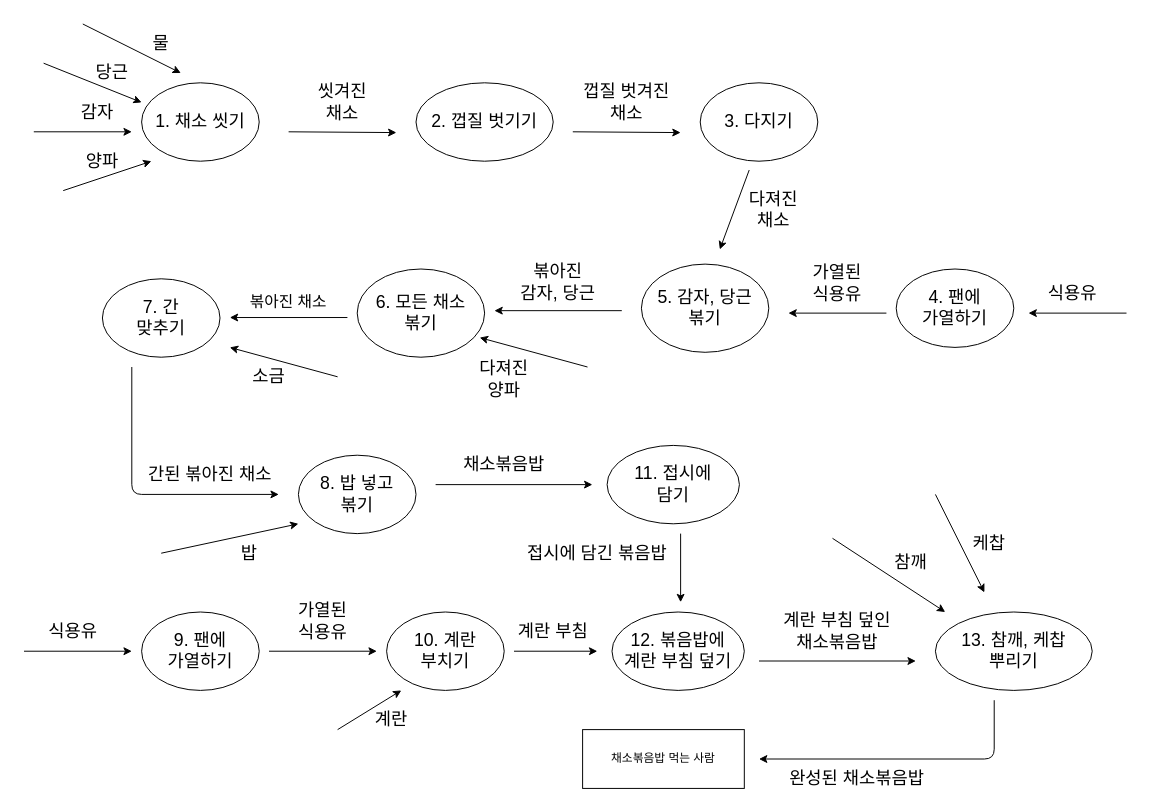
This is Untitled Diagram.drawio from jgy2808/Algorithm, a draw.io file, before an edit. Source tidied: cells renumbered, new cells numbered last; positions are measured from the earlier drawing's top-left corner, leaving out a move shared by most shapes. Both pictures are drawn from the tidied source at 98%, with x=0, y=0 at pixel (24, 24).
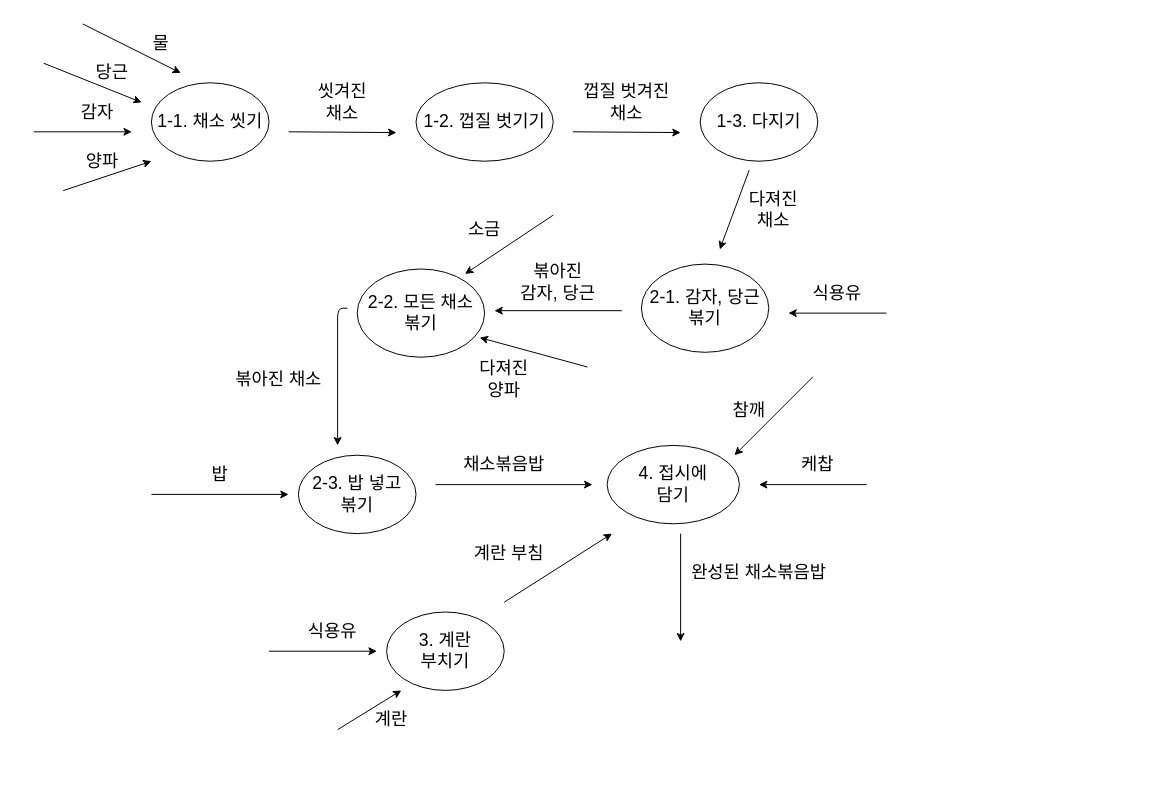
Above is the later version.

The edit, as a diff of the source:
```diff
@@
-    <mxCell id="2" value="&lt;font style=&quot;font-size: 18px&quot;&gt;1. 채소 씻기&lt;/font&gt;" style="ellipse;whiteSpace=wrap;html=1;" parent="1" vertex="1">
-      <mxGeometry x="120" y="60" width="120" height="80" as="geometry" />
+    <mxCell id="2" value="&lt;font style=&quot;font-size: 18px&quot;&gt;1-1. 채소 씻기&lt;/font&gt;" style="ellipse;whiteSpace=wrap;html=1;" parent="1" vertex="1">
+      <mxGeometry x="130" y="60" width="120" height="80" as="geometry" />
     </mxCell>
@@
-    <mxCell id="9" value="&lt;font style=&quot;font-size: 18px&quot;&gt;2. 껍질 벗기기&lt;br&gt;&lt;/font&gt;" style="ellipse;whiteSpace=wrap;html=1;" parent="1" vertex="1">
+    <mxCell id="9" value="&lt;font style=&quot;font-size: 18px&quot;&gt;1-2. 껍질 벗기기&lt;br&gt;&lt;/font&gt;" style="ellipse;whiteSpace=wrap;html=1;" parent="1" vertex="1">
       <mxGeometry x="400" y="60" width="140" height="80" as="geometry" />
     </mxCell>
@@
-    <mxCell id="11" value="&lt;font style=&quot;font-size: 18px&quot;&gt;3. 다지기&lt;br&gt;&lt;/font&gt;" style="ellipse;whiteSpace=wrap;html=1;" parent="1" vertex="1">
+    <mxCell id="11" value="&lt;font style=&quot;font-size: 18px&quot;&gt;1-3. 다지기&lt;br&gt;&lt;/font&gt;" style="ellipse;whiteSpace=wrap;html=1;" parent="1" vertex="1">
       <mxGeometry x="690" y="60" width="120" height="80" as="geometry" />
     </mxCell>
@@
-    <mxCell id="14" value="&lt;font style=&quot;font-size: 18px&quot;&gt;4. 팬에&lt;br&gt;가열하기&lt;br&gt;&lt;/font&gt;" style="ellipse;whiteSpace=wrap;html=1;" parent="1" vertex="1">
-      <mxGeometry x="890" y="250" width="120" height="80" as="geometry" />
-    </mxCell>
@@
-    <mxCell id="16" style="endArrow=classic;html=1;" parent="1" edge="1">
-      <mxGeometry relative="1" as="geometry">
-        <mxPoint x="1125" y="295" as="sourcePoint" />
-        <mxPoint x="1025" y="295" as="targetPoint" />
-      </mxGeometry>
-    </mxCell>
-    <mxCell id="17" value="&lt;font style=&quot;font-size: 18px&quot;&gt;식용유&lt;br&gt;&lt;/font&gt;" style="text;html=1;strokeColor=none;fillColor=none;align=center;verticalAlign=middle;whiteSpace=wrap;rounded=0;" parent="1" vertex="1">
-      <mxGeometry x="1025" y="265" width="90" height="20" as="geometry" />
-    </mxCell>
-    <mxCell id="18" value="&lt;font style=&quot;font-size: 18px&quot;&gt;7. 간&lt;br&gt;맞추기&lt;br&gt;&lt;/font&gt;" style="ellipse;whiteSpace=wrap;html=1;" parent="1" vertex="1">
-      <mxGeometry x="80" y="260" width="120" height="80" as="geometry" />
-    </mxCell>
     <mxCell id="19" style="endArrow=classic;html=1;" parent="1" edge="1">
       <mxGeometry relative="1" as="geometry">
-        <mxPoint x="320" y="360" as="sourcePoint" />
-        <mxPoint x="210" y="330" as="targetPoint" />
+        <mxPoint x="540" y="195" as="sourcePoint" />
+        <mxPoint x="450" y="255" as="targetPoint" />
       </mxGeometry>
     </mxCell>
     <mxCell id="20" value="&lt;font style=&quot;font-size: 18px&quot;&gt;소금&lt;br&gt;&lt;/font&gt;" style="text;html=1;strokeColor=none;fillColor=none;align=center;verticalAlign=middle;whiteSpace=wrap;rounded=0;" parent="1" vertex="1">
-      <mxGeometry x="230" y="350" width="40" height="20" as="geometry" />
+      <mxGeometry x="450" y="200" width="40" height="20" as="geometry" />
     </mxCell>
@@
-    <mxCell id="22" value="&lt;font style=&quot;font-size: 18px&quot;&gt;가열된&lt;br&gt;식용유&lt;br&gt;&lt;/font&gt;" style="text;html=1;strokeColor=none;fillColor=none;align=center;verticalAlign=middle;whiteSpace=wrap;rounded=0;" parent="1" vertex="1">
-      <mxGeometry x="785" y="255" width="90" height="20" as="geometry" />
+    <mxCell id="22" value="&lt;font style=&quot;font-size: 18px&quot;&gt;식용유&lt;br&gt;&lt;/font&gt;" style="text;html=1;strokeColor=none;fillColor=none;align=center;verticalAlign=middle;whiteSpace=wrap;rounded=0;" parent="1" vertex="1">
+      <mxGeometry x="785" y="265" width="90" height="20" as="geometry" />
     </mxCell>
-    <mxCell id="23" value="&lt;font style=&quot;font-size: 18px&quot;&gt;5. 감자, 당근&lt;br&gt;볶기&lt;br&gt;&lt;/font&gt;" style="ellipse;whiteSpace=wrap;html=1;" parent="1" vertex="1">
+    <mxCell id="23" value="&lt;font style=&quot;font-size: 18px&quot;&gt;2-1. 감자, 당근&lt;br&gt;볶기&lt;br&gt;&lt;/font&gt;" style="ellipse;whiteSpace=wrap;html=1;" parent="1" vertex="1">
       <mxGeometry x="630" y="245" width="130" height="90" as="geometry" />
     </mxCell>
@@
-    <mxCell id="26" value="&lt;font style=&quot;font-size: 18px&quot;&gt;6. 모든 채소&lt;br&gt;볶기&lt;br&gt;&lt;/font&gt;" style="ellipse;whiteSpace=wrap;html=1;" parent="1" vertex="1">
+    <mxCell id="26" value="&lt;font style=&quot;font-size: 18px&quot;&gt;2-2. 모든 채소&lt;br&gt;볶기&lt;br&gt;&lt;/font&gt;" style="ellipse;whiteSpace=wrap;html=1;" parent="1" vertex="1">
       <mxGeometry x="340" y="250" width="130" height="90" as="geometry" />
     </mxCell>
@@
-    <mxCell id="29" style="endArrow=classic;html=1;" parent="1" edge="1">
-      <mxGeometry relative="1" as="geometry">
-        <mxPoint x="330" y="299.5" as="sourcePoint" />
-        <mxPoint x="210" y="299.5" as="targetPoint" />
-      </mxGeometry>
-    </mxCell>
-    <mxCell id="30" value="&lt;font size=&quot;3&quot;&gt;볶아진 채소&lt;br&gt;&lt;/font&gt;" style="text;html=1;strokeColor=none;fillColor=none;align=center;verticalAlign=middle;whiteSpace=wrap;rounded=0;" parent="1" vertex="1">
-      <mxGeometry x="210" y="255" width="120" height="55" as="geometry" />
-    </mxCell>
     <mxCell id="31" style="endArrow=classic;html=1;" parent="1" edge="1">
       <mxGeometry relative="1" as="geometry">
-        <mxPoint x="110" y="350" as="sourcePoint" />
-        <mxPoint x="260" y="480" as="targetPoint" />
+        <mxPoint x="330" y="290" as="sourcePoint" />
+        <mxPoint x="320" y="430" as="targetPoint" />
         <Array as="points">
-          <mxPoint x="110" y="480" />
+          <mxPoint x="320" y="290" />
         </Array>
       </mxGeometry>
     </mxCell>
-    <mxCell id="32" value="&lt;font style=&quot;font-size: 18px&quot;&gt;간된 볶아진 채소&lt;br&gt;&lt;/font&gt;" style="text;html=1;strokeColor=none;fillColor=none;align=center;verticalAlign=middle;whiteSpace=wrap;rounded=0;" parent="1" vertex="1">
-      <mxGeometry x="70" y="450" width="240" height="20" as="geometry" />
+    <mxCell id="32" value="&lt;font style=&quot;font-size: 18px&quot;&gt;볶아진 채소&lt;br&gt;&lt;/font&gt;" style="text;html=1;strokeColor=none;fillColor=none;align=center;verticalAlign=middle;whiteSpace=wrap;rounded=0;" parent="1" vertex="1">
+      <mxGeometry x="200" y="352.5" width="120" height="20" as="geometry" />
     </mxCell>
-    <mxCell id="33" value="&lt;font style=&quot;font-size: 18px&quot;&gt;8. 밥 넣고&lt;br&gt;볶기&lt;br&gt;&lt;/font&gt;" style="ellipse;whiteSpace=wrap;html=1;" parent="1" vertex="1">
+    <mxCell id="33" value="&lt;font style=&quot;font-size: 18px&quot;&gt;2-3. 밥 넣고&lt;br&gt;볶기&lt;br&gt;&lt;/font&gt;" style="ellipse;whiteSpace=wrap;html=1;" parent="1" vertex="1">
       <mxGeometry x="280" y="440" width="120" height="80" as="geometry" />
     </mxCell>
     <mxCell id="34" style="endArrow=classic;html=1;" parent="1" edge="1">
       <mxGeometry relative="1" as="geometry">
-        <mxPoint x="140" y="540" as="sourcePoint" />
-        <mxPoint x="280" y="510" as="targetPoint" />
+        <mxPoint x="130" y="480" as="sourcePoint" />
+        <mxPoint x="270" y="480" as="targetPoint" />
       </mxGeometry>
     </mxCell>
     <mxCell id="35" value="&lt;font style=&quot;font-size: 18px&quot;&gt;밥&lt;br&gt;&lt;/font&gt;" style="text;html=1;strokeColor=none;fillColor=none;align=center;verticalAlign=middle;whiteSpace=wrap;rounded=0;" parent="1" vertex="1">
-      <mxGeometry x="210" y="530" width="40" height="20" as="geometry" />
+      <mxGeometry x="180" y="450" width="40" height="20" as="geometry" />
     </mxCell>
@@
-    <mxCell id="38" value="&lt;font style=&quot;font-size: 18px&quot;&gt;10. 계란&lt;br&gt;부치기&lt;br&gt;&lt;/font&gt;" style="ellipse;whiteSpace=wrap;html=1;" parent="1" vertex="1">
+    <mxCell id="38" value="&lt;font style=&quot;font-size: 18px&quot;&gt;3. 계란&lt;br&gt;부치기&lt;br&gt;&lt;/font&gt;" style="ellipse;whiteSpace=wrap;html=1;" parent="1" vertex="1">
       <mxGeometry x="370" y="600" width="120" height="80" as="geometry" />
     </mxCell>
@@
-    <mxCell id="40" value="&lt;font style=&quot;font-size: 18px&quot;&gt;가열된&lt;br&gt;식용유&lt;br&gt;&lt;/font&gt;" style="text;html=1;strokeColor=none;fillColor=none;align=center;verticalAlign=middle;whiteSpace=wrap;rounded=0;" parent="1" vertex="1">
-      <mxGeometry x="260" y="600" width="90" height="20" as="geometry" />
-    </mxCell>
@@
-    <mxCell id="43" value="&lt;span style=&quot;font-size: 18px&quot;&gt;11. 접시에 &lt;br&gt;담기&lt;/span&gt;" style="ellipse;whiteSpace=wrap;html=1;" parent="1" vertex="1">
+    <mxCell id="43" value="&lt;span style=&quot;font-size: 18px&quot;&gt;4. 접시에 &lt;br&gt;담기&lt;/span&gt;" style="ellipse;whiteSpace=wrap;html=1;" parent="1" vertex="1">
       <mxGeometry x="595" y="430" width="135" height="80" as="geometry" />
     </mxCell>
     <mxCell id="44" style="endArrow=classic;html=1;" parent="1" edge="1">
       <mxGeometry relative="1" as="geometry">
-        <mxPoint x="500" y="640" as="sourcePoint" />
-        <mxPoint x="585" y="640" as="targetPoint" />
+        <mxPoint x="490" y="590" as="sourcePoint" />
+        <mxPoint x="600" y="520" as="targetPoint" />
       </mxGeometry>
     </mxCell>
     <mxCell id="45" value="&lt;span style=&quot;font-size: 18px&quot;&gt;계란 부침&lt;br&gt;&lt;/span&gt;" style="text;html=1;strokeColor=none;fillColor=none;align=center;verticalAlign=middle;whiteSpace=wrap;rounded=0;" parent="1" vertex="1">
-      <mxGeometry x="495" y="610" width="90" height="20" as="geometry" />
+      <mxGeometry x="450" y="530" width="90" height="20" as="geometry" />
     </mxCell>
     <mxCell id="46" style="endArrow=classic;html=1;" parent="1" edge="1">
       <mxGeometry relative="1" as="geometry">
-        <mxPoint x="825" y="524.8" as="sourcePoint" />
-        <mxPoint x="940" y="600" as="targetPoint" />
+        <mxPoint x="860" y="470" as="sourcePoint" />
+        <mxPoint x="750" y="470" as="targetPoint" />
       </mxGeometry>
     </mxCell>
     <mxCell id="47" value="&lt;font style=&quot;font-size: 18px&quot;&gt;참깨&lt;br&gt;&lt;/font&gt;" style="text;html=1;strokeColor=none;fillColor=none;align=center;verticalAlign=middle;whiteSpace=wrap;rounded=0;" parent="1" vertex="1">
-      <mxGeometry x="810" y="540" width="190" height="20" as="geometry" />
+      <mxGeometry x="710" y="384" width="60" height="20" as="geometry" />
     </mxCell>
     <mxCell id="48" style="endArrow=classic;html=1;" parent="1" edge="1">
       <mxGeometry relative="1" as="geometry">
-        <mxPoint x="930" y="480" as="sourcePoint" />
-        <mxPoint x="980" y="580" as="targetPoint" />
+        <mxPoint x="805" y="360" as="sourcePoint" />
+        <mxPoint x="725" y="440" as="targetPoint" />
       </mxGeometry>
     </mxCell>
     <mxCell id="49" value="&lt;font style=&quot;font-size: 18px&quot;&gt;케찹&lt;br&gt;&lt;/font&gt;" style="text;html=1;strokeColor=none;fillColor=none;align=center;verticalAlign=middle;whiteSpace=wrap;rounded=0;" parent="1" vertex="1">
-      <mxGeometry x="890" y="520" width="190" height="20" as="geometry" />
+      <mxGeometry x="785" y="440" width="50" height="20" as="geometry" />
     </mxCell>
-    <mxCell id="50" style="endArrow=classic;html=1;" parent="1" edge="1">
-      <mxGeometry relative="1" as="geometry">
-        <mxPoint x="990" y="690" as="sourcePoint" />
-        <mxPoint x="750" y="750" as="targetPoint" />
-        <Array as="points">
-          <mxPoint x="990" y="750" />
-        </Array>
-      </mxGeometry>
-    </mxCell>
     <mxCell id="51" value="&lt;font style=&quot;font-size: 18px&quot;&gt;완성된 채소볶음밥&lt;br&gt;&lt;/font&gt;" style="text;html=1;strokeColor=none;fillColor=none;align=center;verticalAlign=middle;whiteSpace=wrap;rounded=0;" parent="1" vertex="1">
-      <mxGeometry x="700" y="760" width="300" height="20" as="geometry" />
+      <mxGeometry x="600" y="550" width="300" height="20" as="geometry" />
     </mxCell>
-    <mxCell id="52" value="채소볶음밥 먹는 사람" style="rounded=0;whiteSpace=wrap;html=1;" parent="1" vertex="1">
-      <mxGeometry x="570" y="720" width="165" height="60" as="geometry" />
-    </mxCell>
     <mxCell id="53" style="endArrow=classic;html=1;" parent="1" edge="1">
       <mxGeometry relative="1" as="geometry">
         <mxPoint x="670" y="520" as="sourcePoint" />
-        <mxPoint x="670" y="590" as="targetPoint" />
+        <mxPoint x="670" y="630" as="targetPoint" />
       </mxGeometry>
     </mxCell>
-    <mxCell id="54" value="&lt;font style=&quot;font-size: 18px&quot;&gt;접시에 담긴 볶음밥&lt;br&gt;&lt;/font&gt;" style="text;html=1;strokeColor=none;fillColor=none;align=center;verticalAlign=middle;whiteSpace=wrap;rounded=0;" parent="1" vertex="1">
-      <mxGeometry x="490" y="530" width="190" height="20" as="geometry" />
-    </mxCell>
-    <mxCell id="55" value="&lt;span style=&quot;font-size: 18px&quot;&gt;12. 볶음밥에 &lt;br&gt;계란 부침 덮기&lt;br&gt;&lt;/span&gt;" style="ellipse;whiteSpace=wrap;html=1;" parent="1" vertex="1">
-      <mxGeometry x="600" y="600" width="135" height="80" as="geometry" />
-    </mxCell>
-    <mxCell id="56" style="endArrow=classic;html=1;" parent="1" edge="1">
-      <mxGeometry relative="1" as="geometry">
-        <mxPoint x="750" y="650" as="sourcePoint" />
-        <mxPoint x="910" y="650" as="targetPoint" />
-      </mxGeometry>
-    </mxCell>
-    <mxCell id="57" value="&lt;span style=&quot;font-size: 18px&quot;&gt;계란 부침 덮인&lt;br&gt;채소볶음밥&lt;br&gt;&lt;/span&gt;" style="text;html=1;strokeColor=none;fillColor=none;align=center;verticalAlign=middle;whiteSpace=wrap;rounded=0;" parent="1" vertex="1">
-      <mxGeometry x="730" y="590" width="200" height="60" as="geometry" />
-    </mxCell>
-    <mxCell id="58" value="&lt;font style=&quot;font-size: 18px&quot;&gt;13. 참깨, 케찹&lt;br&gt;뿌리기&lt;br&gt;&lt;/font&gt;" style="ellipse;whiteSpace=wrap;html=1;" parent="1" vertex="1">
-      <mxGeometry x="930" y="600" width="160" height="80" as="geometry" />
-    </mxCell>
@@
-    <mxCell id="60" value="&lt;font style=&quot;font-size: 18px&quot;&gt;9. 팬에&lt;br&gt;가열하기&lt;br&gt;&lt;/font&gt;" style="ellipse;whiteSpace=wrap;html=1;" parent="1" vertex="1">
-      <mxGeometry x="120" y="600" width="120" height="80" as="geometry" />
-    </mxCell>
-    <mxCell id="61" style="endArrow=classic;html=1;" parent="1" edge="1">
-      <mxGeometry relative="1" as="geometry">
-        <mxPoint y="640" as="sourcePoint" />
-        <mxPoint x="110" y="640" as="targetPoint" />
-      </mxGeometry>
-    </mxCell>
     <mxCell id="62" value="&lt;font style=&quot;font-size: 18px&quot;&gt;식용유&lt;br&gt;&lt;/font&gt;" style="text;html=1;strokeColor=none;fillColor=none;align=center;verticalAlign=middle;whiteSpace=wrap;rounded=0;" parent="1" vertex="1">
-      <mxGeometry x="5" y="610" width="90" height="20" as="geometry" />
+      <mxGeometry x="270" y="610" width="90" height="20" as="geometry" />
     </mxCell>
```
